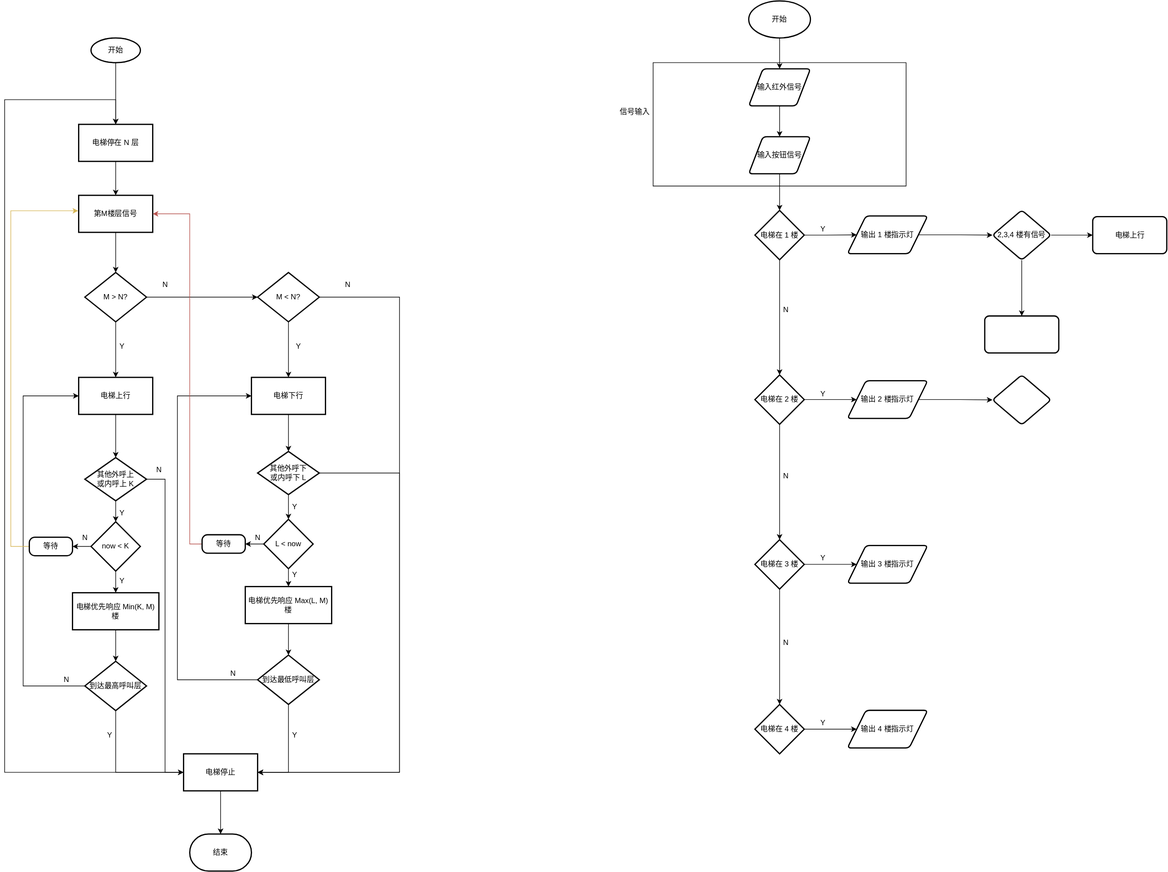
The draw.io diagram Draw.io/PLC控制四层电梯程序流程图.drawio.svg in InoryLwc/ConfigRepo, before a commit. Source tidied: cells renumbered, new cells last; positions are measured from the earlier drawing's top-left corner, leaving out a move shared by most shapes.
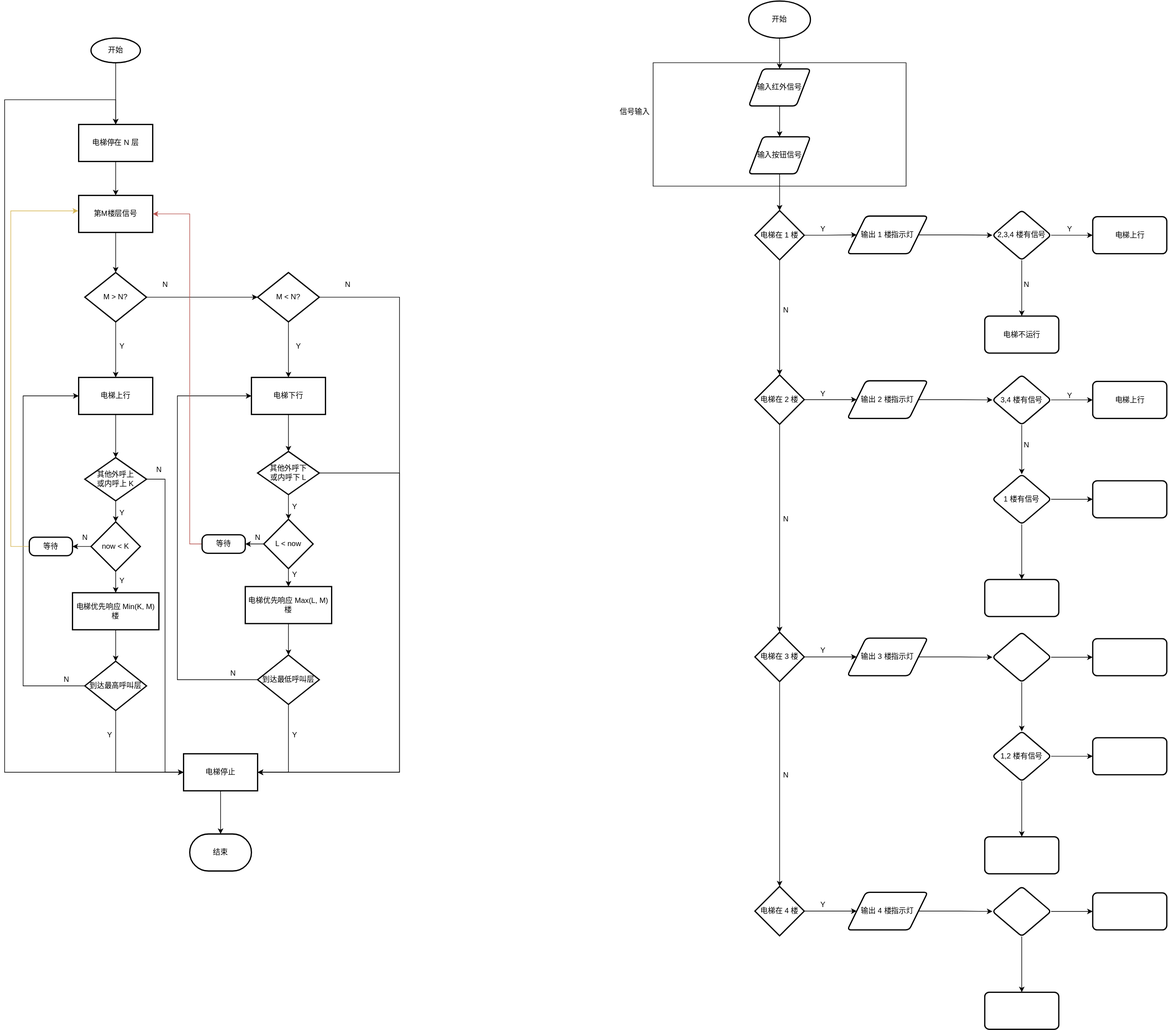
Later version of the same file.

Commit message:
更新PLC控制四层电梯程序流程图.drawio.svg

Change to the diagram source:
```diff
@@ -255,19 +255,19 @@
       <mxGeometry relative="1" as="geometry" />
     </mxCell>
     <mxCell id="71" value="&lt;span&gt;电梯在 3 楼&lt;/span&gt;" style="rhombus;whiteSpace=wrap;html=1;strokeWidth=2;" parent="1" vertex="1">
-      <mxGeometry x="1216" y="873" width="80" height="80" as="geometry" />
+      <mxGeometry x="1216" y="1023" width="80" height="80" as="geometry" />
     </mxCell>
     <mxCell id="72" value="N" style="text;html=1;align=center;verticalAlign=middle;strokeColor=none;fillColor=none;" parent="1" vertex="1">
       <mxGeometry x="1256" y="490.5" width="20" height="20" as="geometry" />
     </mxCell>
     <mxCell id="73" value="N" style="text;html=1;align=center;verticalAlign=middle;strokeColor=none;fillColor=none;" parent="1" vertex="1">
-      <mxGeometry x="1256" y="760" width="20" height="20" as="geometry" />
+      <mxGeometry x="1256" y="830" width="20" height="20" as="geometry" />
     </mxCell>
     <mxCell id="74" value="N" style="text;html=1;align=center;verticalAlign=middle;strokeColor=none;fillColor=none;" parent="1" vertex="1">
-      <mxGeometry x="1256" y="1030" width="20" height="20" as="geometry" />
+      <mxGeometry x="1256" y="1244.5" width="20" height="20" as="geometry" />
     </mxCell>
     <mxCell id="75" value="&lt;span&gt;电梯在 4 楼&lt;/span&gt;" style="rhombus;whiteSpace=wrap;html=1;strokeWidth=2;" parent="1" vertex="1">
-      <mxGeometry x="1216" y="1140" width="80" height="80" as="geometry" />
+      <mxGeometry x="1216" y="1435" width="80" height="80" as="geometry" />
     </mxCell>
     <mxCell id="76" style="edgeStyle=orthogonalEdgeStyle;rounded=0;jettySize=auto;html=1;" parent="1" edge="1" source="77" target="79">
       <mxGeometry relative="1" as="geometry" />
@@ -311,20 +311,26 @@
     <mxCell id="89" style="edgeStyle=orthogonalEdgeStyle;rounded=0;jettySize=auto;html=1;exitX=1;exitY=0.5;exitDx=0;exitDy=0;entryX=0;entryY=0.5;entryDx=0;entryDy=0;" parent="1" edge="1" source="71" target="90">
       <mxGeometry relative="1" as="geometry" />
     </mxCell>
+    <mxCell id="101" style="edgeStyle=orthogonalEdgeStyle;rounded=0;jettySize=auto;html=1;" parent="1" edge="1" source="90" target="107">
+      <mxGeometry relative="1" as="geometry" />
+    </mxCell>
     <mxCell id="90" value="输出 3 楼指示灯" style="shape=parallelogram;html=1;strokeWidth=2;perimeter=parallelogramPerimeter;whiteSpace=wrap;rounded=1;arcSize=12;size=0.23;" parent="1" vertex="1">
-      <mxGeometry x="1366" y="882.5" width="130" height="61" as="geometry" />
+      <mxGeometry x="1366" y="1032.5" width="130" height="61" as="geometry" />
     </mxCell>
     <mxCell id="91" value="Y" style="text;html=1;align=center;verticalAlign=middle;strokeColor=none;fillColor=none;" parent="1" vertex="1">
-      <mxGeometry x="1316" y="893" width="20" height="20" as="geometry" />
+      <mxGeometry x="1316" y="1043" width="20" height="20" as="geometry" />
     </mxCell>
     <mxCell id="92" style="edgeStyle=orthogonalEdgeStyle;rounded=0;jettySize=auto;html=1;exitX=1;exitY=0.5;exitDx=0;exitDy=0;entryX=0;entryY=0.5;entryDx=0;entryDy=0;" parent="1" edge="1" source="75" target="93">
       <mxGeometry relative="1" as="geometry" />
     </mxCell>
+    <mxCell id="102" style="edgeStyle=orthogonalEdgeStyle;rounded=0;jettySize=auto;html=1;" parent="1" edge="1" source="93" target="110">
+      <mxGeometry relative="1" as="geometry" />
+    </mxCell>
     <mxCell id="93" value="输出 4 楼指示灯" style="shape=parallelogram;html=1;strokeWidth=2;perimeter=parallelogramPerimeter;whiteSpace=wrap;rounded=1;arcSize=12;size=0.23;" parent="1" vertex="1">
-      <mxGeometry x="1366" y="1149.5" width="130" height="61" as="geometry" />
+      <mxGeometry x="1366" y="1444.5" width="130" height="61" as="geometry" />
     </mxCell>
     <mxCell id="94" value="Y" style="text;html=1;align=center;verticalAlign=middle;strokeColor=none;fillColor=none;" parent="1" vertex="1">
-      <mxGeometry x="1316" y="1160" width="20" height="20" as="geometry" />
+      <mxGeometry x="1316" y="1455" width="20" height="20" as="geometry" />
     </mxCell>
     <mxCell id="95" style="edgeStyle=orthogonalEdgeStyle;rounded=0;jettySize=auto;html=1;" parent="1" edge="1" source="97" target="99">
       <mxGeometry relative="1" as="geometry" />
@@ -335,14 +341,92 @@
     <mxCell id="97" value="2,3,4 楼有信号" style="rhombus;whiteSpace=wrap;html=1;strokeWidth=2;rounded=1;arcSize=12;" parent="1" vertex="1">
       <mxGeometry x="1601" y="339" width="95" height="81" as="geometry" />
     </mxCell>
+    <mxCell id="103" style="edgeStyle=orthogonalEdgeStyle;rounded=0;jettySize=auto;html=1;" parent="1" edge="1" source="98" target="111">
+      <mxGeometry relative="1" as="geometry" />
+    </mxCell>
+    <mxCell id="104" style="edgeStyle=orthogonalEdgeStyle;rounded=0;jettySize=auto;html=1;" parent="1" edge="1" source="98" target="117">
+      <mxGeometry relative="1" as="geometry" />
+    </mxCell>
-    <mxCell id="98" style="rhombus;whiteSpace=wrap;html=1;strokeWidth=2;rounded=1;arcSize=12;" parent="1" vertex="1">
+    <mxCell id="98" value="3,4 楼有信号" style="rhombus;whiteSpace=wrap;html=1;strokeWidth=2;rounded=1;arcSize=12;" parent="1" vertex="1">
       <mxGeometry x="1601" y="606" width="95" height="81" as="geometry" />
     </mxCell>
     <mxCell id="99" value="电梯上行" style="whiteSpace=wrap;html=1;strokeWidth=2;rounded=1;arcSize=12;" parent="1" vertex="1">
       <mxGeometry x="1763.5" y="349.5" width="120" height="60" as="geometry" />
     </mxCell>
-    <mxCell id="100" style="whiteSpace=wrap;html=1;strokeWidth=2;rounded=1;arcSize=12;" parent="1" vertex="1">
+    <mxCell id="100" value="电梯不运行" style="whiteSpace=wrap;html=1;strokeWidth=2;rounded=1;arcSize=12;" parent="1" vertex="1">
       <mxGeometry x="1588.5" y="510.5" width="120" height="60" as="geometry" />
     </mxCell>
+    <mxCell id="105" style="edgeStyle=orthogonalEdgeStyle;rounded=0;jettySize=auto;html=1;" parent="1" edge="1" source="107" target="112">
+      <mxGeometry relative="1" as="geometry" />
+    </mxCell>
+    <mxCell id="106" style="edgeStyle=orthogonalEdgeStyle;rounded=0;jettySize=auto;html=1;" parent="1" edge="1" source="107" target="122">
+      <mxGeometry relative="1" as="geometry" />
+    </mxCell>
+    <mxCell id="107" style="rhombus;whiteSpace=wrap;html=1;strokeWidth=2;rounded=1;arcSize=12;" parent="1" vertex="1">
+      <mxGeometry x="1601" y="1023" width="95" height="81" as="geometry" />
+    </mxCell>
+    <mxCell id="108" style="edgeStyle=orthogonalEdgeStyle;rounded=0;jettySize=auto;html=1;" parent="1" edge="1" source="110" target="113">
+      <mxGeometry relative="1" as="geometry" />
+    </mxCell>
+    <mxCell id="109" style="edgeStyle=orthogonalEdgeStyle;rounded=0;jettySize=auto;html=1;" parent="1" edge="1" source="110" target="114">
+      <mxGeometry relative="1" as="geometry" />
+    </mxCell>
+    <mxCell id="110" style="rhombus;whiteSpace=wrap;html=1;strokeWidth=2;rounded=1;arcSize=12;" parent="1" vertex="1">
+      <mxGeometry x="1601" y="1435" width="95" height="81" as="geometry" />
+    </mxCell>
+    <mxCell id="111" value="电梯上行" style="whiteSpace=wrap;html=1;strokeWidth=2;rounded=1;arcSize=12;" parent="1" vertex="1">
+      <mxGeometry x="1763.5" y="616.5" width="120" height="60" as="geometry" />
+    </mxCell>
+    <mxCell id="112" style="whiteSpace=wrap;html=1;strokeWidth=2;rounded=1;arcSize=12;" parent="1" vertex="1">
+      <mxGeometry x="1763.5" y="1033.5" width="120" height="60" as="geometry" />
+    </mxCell>
+    <mxCell id="113" style="whiteSpace=wrap;html=1;strokeWidth=2;rounded=1;arcSize=12;" parent="1" vertex="1">
+      <mxGeometry x="1763.5" y="1445.5" width="120" height="60" as="geometry" />
+    </mxCell>
+    <mxCell id="114" style="whiteSpace=wrap;html=1;strokeWidth=2;rounded=1;arcSize=12;" parent="1" vertex="1">
+      <mxGeometry x="1588.5" y="1606.5" width="120" height="60" as="geometry" />
+    </mxCell>
+    <mxCell id="115" style="edgeStyle=orthogonalEdgeStyle;rounded=0;jettySize=auto;html=1;" parent="1" edge="1" source="117" target="118">
+      <mxGeometry relative="1" as="geometry" />
+    </mxCell>
+    <mxCell id="116" style="edgeStyle=orthogonalEdgeStyle;rounded=0;jettySize=auto;html=1;" parent="1" edge="1" source="117" target="119">
+      <mxGeometry relative="1" as="geometry" />
+    </mxCell>
+    <mxCell id="117" value="1 楼有信号" style="rhombus;whiteSpace=wrap;html=1;strokeWidth=2;rounded=1;arcSize=12;" parent="1" vertex="1">
+      <mxGeometry x="1601" y="767" width="95" height="81" as="geometry" />
+    </mxCell>
+    <mxCell id="118" style="whiteSpace=wrap;html=1;strokeWidth=2;rounded=1;arcSize=12;" parent="1" vertex="1">
+      <mxGeometry x="1763.5" y="777.5" width="120" height="60" as="geometry" />
+    </mxCell>
+    <mxCell id="119" style="whiteSpace=wrap;html=1;strokeWidth=2;rounded=1;arcSize=12;" parent="1" vertex="1">
+      <mxGeometry x="1588.5" y="937.5" width="120" height="60" as="geometry" />
+    </mxCell>
+    <mxCell id="120" style="edgeStyle=orthogonalEdgeStyle;rounded=0;jettySize=auto;html=1;" parent="1" edge="1" source="122" target="123">
+      <mxGeometry relative="1" as="geometry" />
+    </mxCell>
+    <mxCell id="121" style="edgeStyle=orthogonalEdgeStyle;rounded=0;jettySize=auto;html=1;" parent="1" edge="1" source="122" target="128">
+      <mxGeometry relative="1" as="geometry" />
+    </mxCell>
+    <mxCell id="122" value="1,2 楼有信号" style="rhombus;whiteSpace=wrap;html=1;strokeWidth=2;rounded=1;arcSize=12;" parent="1" vertex="1">
+      <mxGeometry x="1601" y="1183.5" width="95" height="81" as="geometry" />
+    </mxCell>
+    <mxCell id="123" style="whiteSpace=wrap;html=1;strokeWidth=2;rounded=1;arcSize=12;" parent="1" vertex="1">
+      <mxGeometry x="1588.5" y="1354.5" width="120" height="60" as="geometry" />
+    </mxCell>
+    <mxCell id="124" value="N" style="text;html=1;align=center;verticalAlign=middle;strokeColor=none;fillColor=none;" parent="1" vertex="1">
+      <mxGeometry x="1646" y="450" width="20" height="20" as="geometry" />
+    </mxCell>
+    <mxCell id="125" value="Y" style="text;html=1;align=center;verticalAlign=middle;strokeColor=none;fillColor=none;" parent="1" vertex="1">
+      <mxGeometry x="1716" y="360" width="20" height="20" as="geometry" />
+    </mxCell>
+    <mxCell id="126" value="Y" style="text;html=1;align=center;verticalAlign=middle;strokeColor=none;fillColor=none;" parent="1" vertex="1">
+      <mxGeometry x="1716" y="630" width="20" height="20" as="geometry" />
+    </mxCell>
+    <mxCell id="127" value="N" style="text;html=1;align=center;verticalAlign=middle;strokeColor=none;fillColor=none;" parent="1" vertex="1">
+      <mxGeometry x="1646" y="710" width="20" height="20" as="geometry" />
+    </mxCell>
+    <mxCell id="128" style="whiteSpace=wrap;html=1;strokeWidth=2;rounded=1;arcSize=12;" parent="1" vertex="1">
+      <mxGeometry x="1763.5" y="1194" width="120" height="60" as="geometry" />
+    </mxCell>
   </root>
 </mxGraphModel>
```
